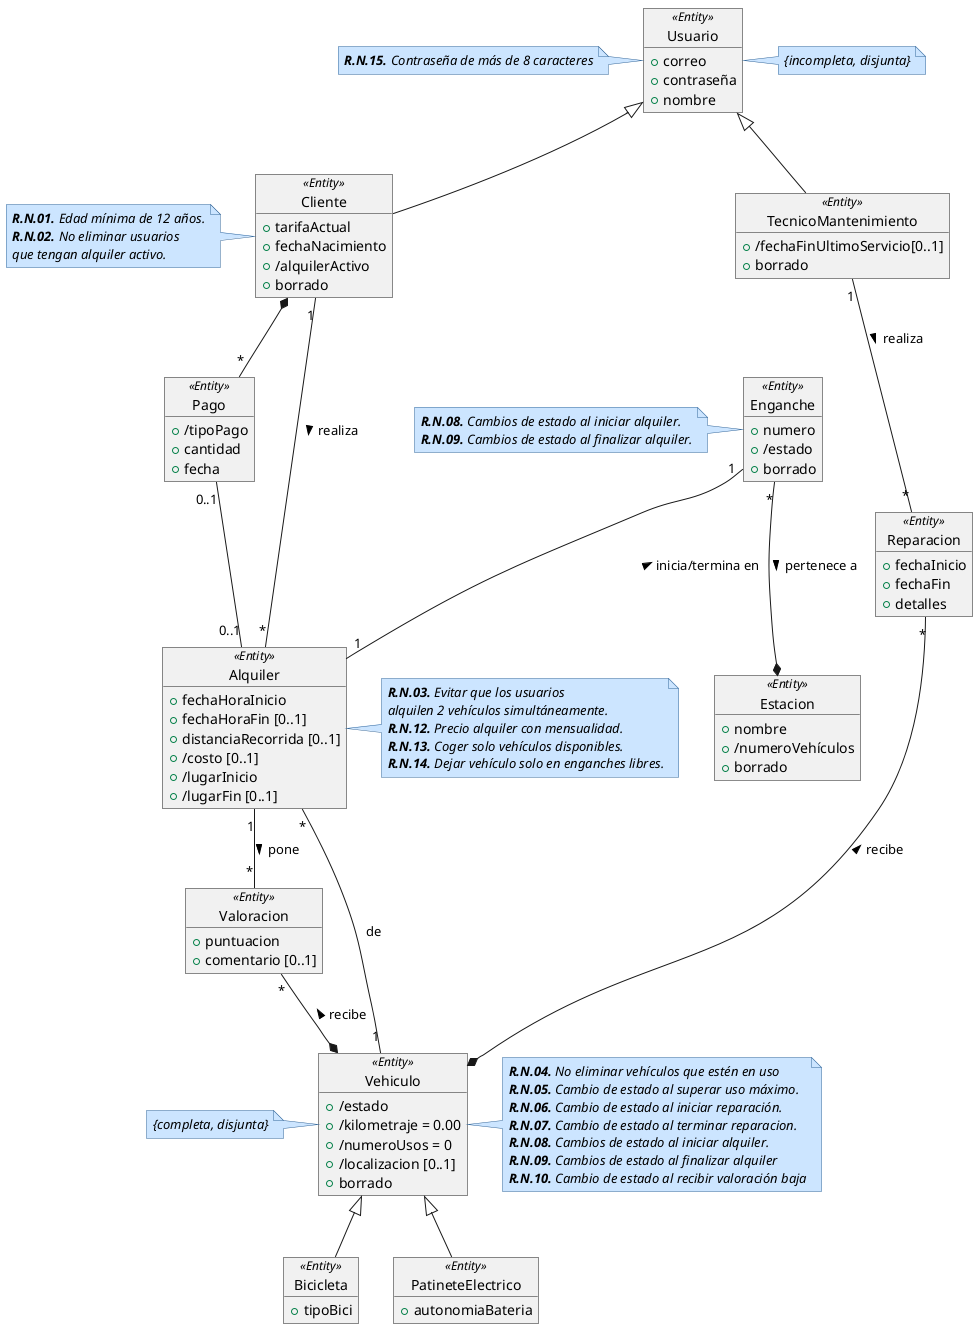
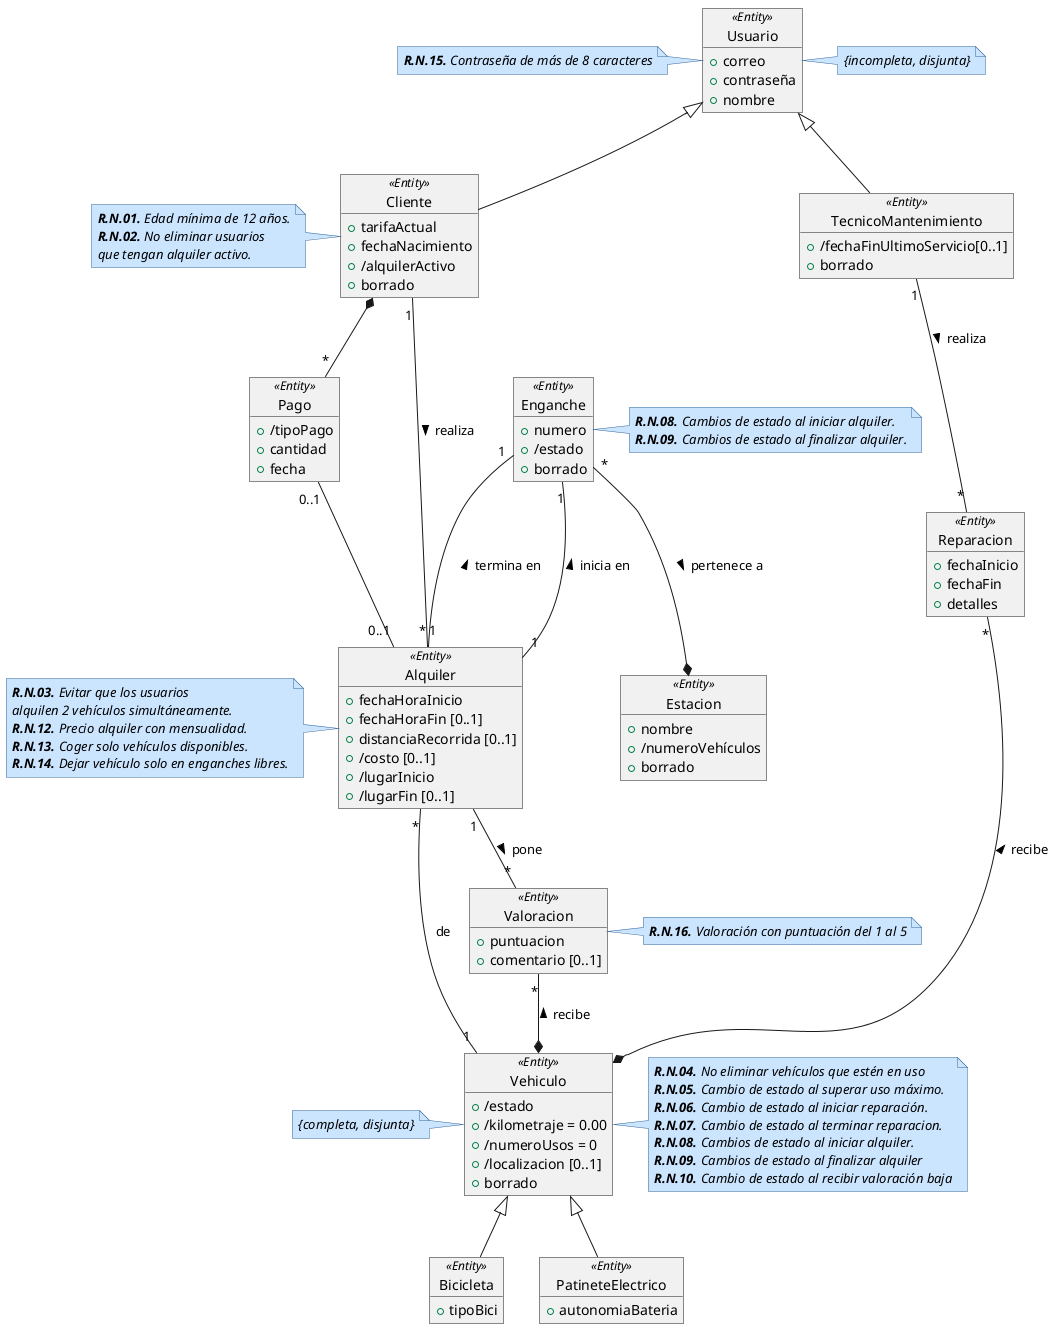
@startuml DiagramaClases

skinparam note {
  BackgroundColor #cce5ff
  BorderColor #336699
  FontStyle italic
}

object Usuario<<Entity>> {
    +correo
    +contraseña
    +nombre
}
note right: {incompleta, disjunta}
note left of Usuario
'''
**R.N.15.** Contraseña de más de 8 caracteres
'''
end note


object Cliente<<Entity>> {
    +tarifaActual
    +fechaNacimiento
    +/alquilerActivo
    +borrado
}
note left
'''
**R.N.01.** Edad mínima de 12 años.
**R.N.02.** No eliminar usuarios
que tengan alquiler activo.
'''
end note

object Pago<<Entity>> {
    +/tipoPago
    +cantidad
    +fecha
}
'Tipo pago puede ser o mensual o individual


object TecnicoMantenimiento<<Entity>> {
    +/fechaFinUltimoServicio[0..1]
    +borrado
}

object Reparacion<<Entity>> {
    +fechaInicio
    +fechaFin
    +detalles
}

object Valoracion<<Entity>> {
    +puntuacion
    +comentario [0..1]
}
+ note right
+ '''
+ **R.N.16.** Valoración con puntuación del 1 al 5
+ '''
+ end note

/'
La distancia recorrida la cuenta el vehículo con un
medidor incorporado y solo se registra cuando termina el recorrido.
Por eso mismo no es derivada de lugar inicio o fin, porque si no si acabas
en el mismo sitio la distancia recorrida sería 0.
'/
object Alquiler<<Entity>> {
    +fechaHoraInicio
    +fechaHoraFin [0..1]
    +distanciaRecorrida [0..1]
    +/costo [0..1]
    +/lugarInicio
    +/lugarFin [0..1]
}
- note right
+ note left
'''
**R.N.03.** Evitar que los usuarios
alquilen 2 vehículos simultáneamente.
**R.N.12.** Precio alquiler con mensualidad.
**R.N.13.** Coger solo vehículos disponibles.
**R.N.14.** Dejar vehículo solo en enganches libres.
'''
end note

/'
La localización del vehículo se muestra cuando se guarda el vehículo.
No se guarda localización por GPS.
'/
object Vehiculo<<Entity>> {
    +/estado
    +/kilometraje = 0.00
    +/numeroUsos = 0
    +/localizacion [0..1]
    +borrado
}
note right
'''
**R.N.04.** No eliminar vehículos que estén en uso
**R.N.05.** Cambio de estado al superar uso máximo.
**R.N.06.** Cambio de estado al iniciar reparación.
**R.N.07.** Cambio de estado al terminar reparacion.
**R.N.08.** Cambios de estado al iniciar alquiler.
**R.N.09.** Cambios de estado al finalizar alquiler
**R.N.10.** Cambio de estado al recibir valoración baja
'''
end note
note left of Vehiculo: {completa, disjunta}

object Estacion<<Entity>> {
    +nombre
    +/numeroVehículos
    +borrado
}

object Enganche<<Entity>> {
    +numero
    +/estado
    +borrado
}
- note left
+ note right
'''
 **R.N.08.** Cambios de estado al iniciar alquiler.
 **R.N.09.** Cambios de estado al finalizar alquiler.
'''
end note

object Bicicleta<<Entity>> {
    +tipoBici
}

object PatineteElectrico<<Entity>> {
    +autonomiaBateria
}

Usuario <|-- Cliente
Usuario <|-- TecnicoMantenimiento

Enganche "*"--* Estacion : pertenece a >

'Relación directa valoraciones'
Alquiler "1"--"*" Valoracion : pone >
Valoracion "*"--* Vehiculo : recibe <

TecnicoMantenimiento "1"--"*" Reparacion : realiza >
Reparacion "*"--* Vehiculo : recibe <

- Enganche "1" --"1" Alquiler: inicia/termina en <
- 
+ Enganche "1" --"1" Alquiler: inicia en <
+ Enganche "1" --"1" Alquiler: termina en <

'Relacion de Alquileres'
Cliente "1"--"*"  Alquiler: realiza >

Alquiler "*"--"1" Vehiculo: de

'Relacion Pago'
Cliente *--"*" Pago
Pago "0..1"--"0..1" Alquiler

Vehiculo <|-- Bicicleta
Vehiculo <|-- PatineteElectrico


@enduml